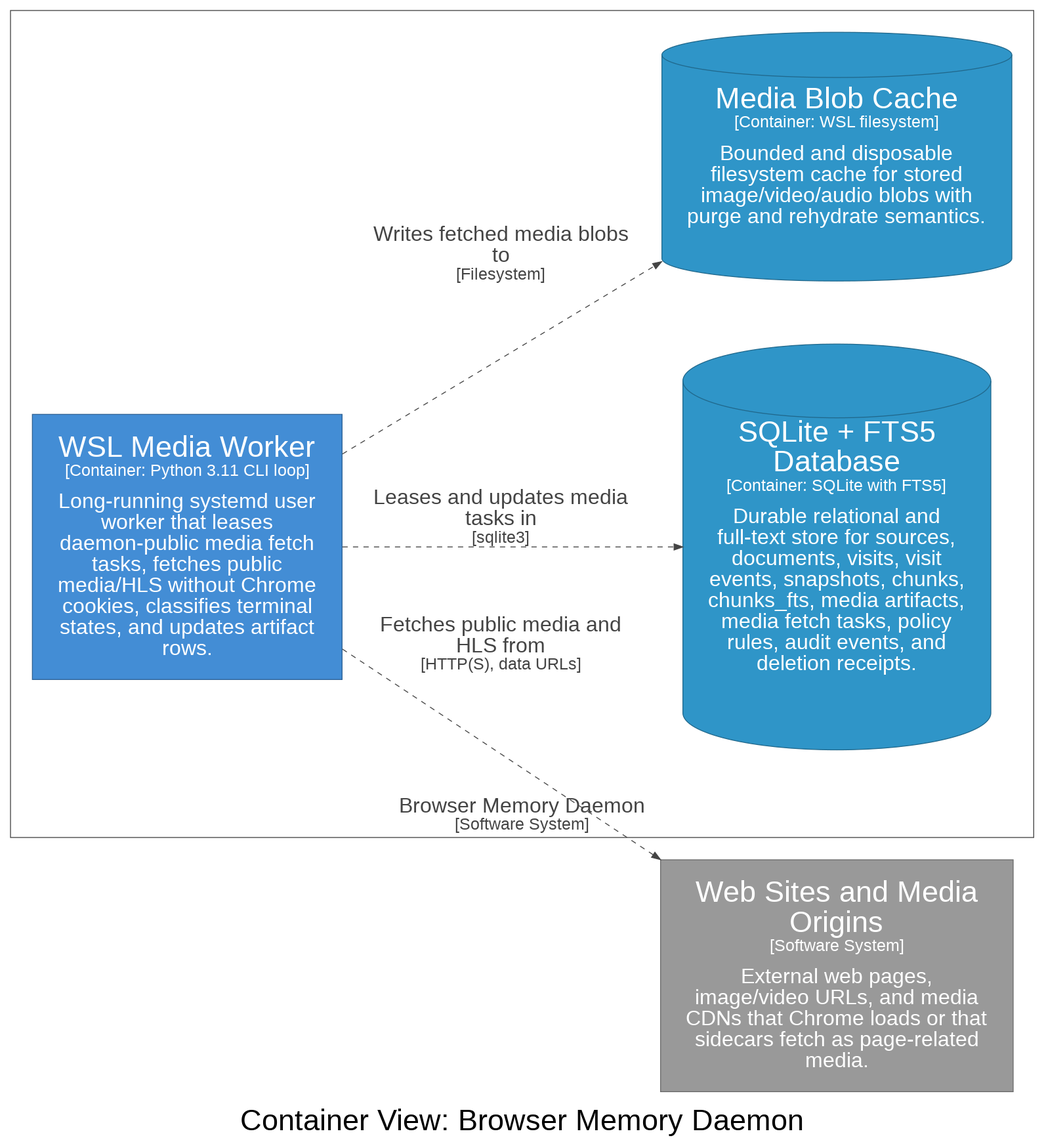
Before: architecture/diagrams/dot-rendered/structurizr-DaemonMediaWorkerContainers.png, a diagram exported from Graphviz (michaelnicks0/browser-memory-daemon). Its source is kept beside it as architecture/diagrams/dot/structurizr-DaemonMediaWorkerContainers.dot.
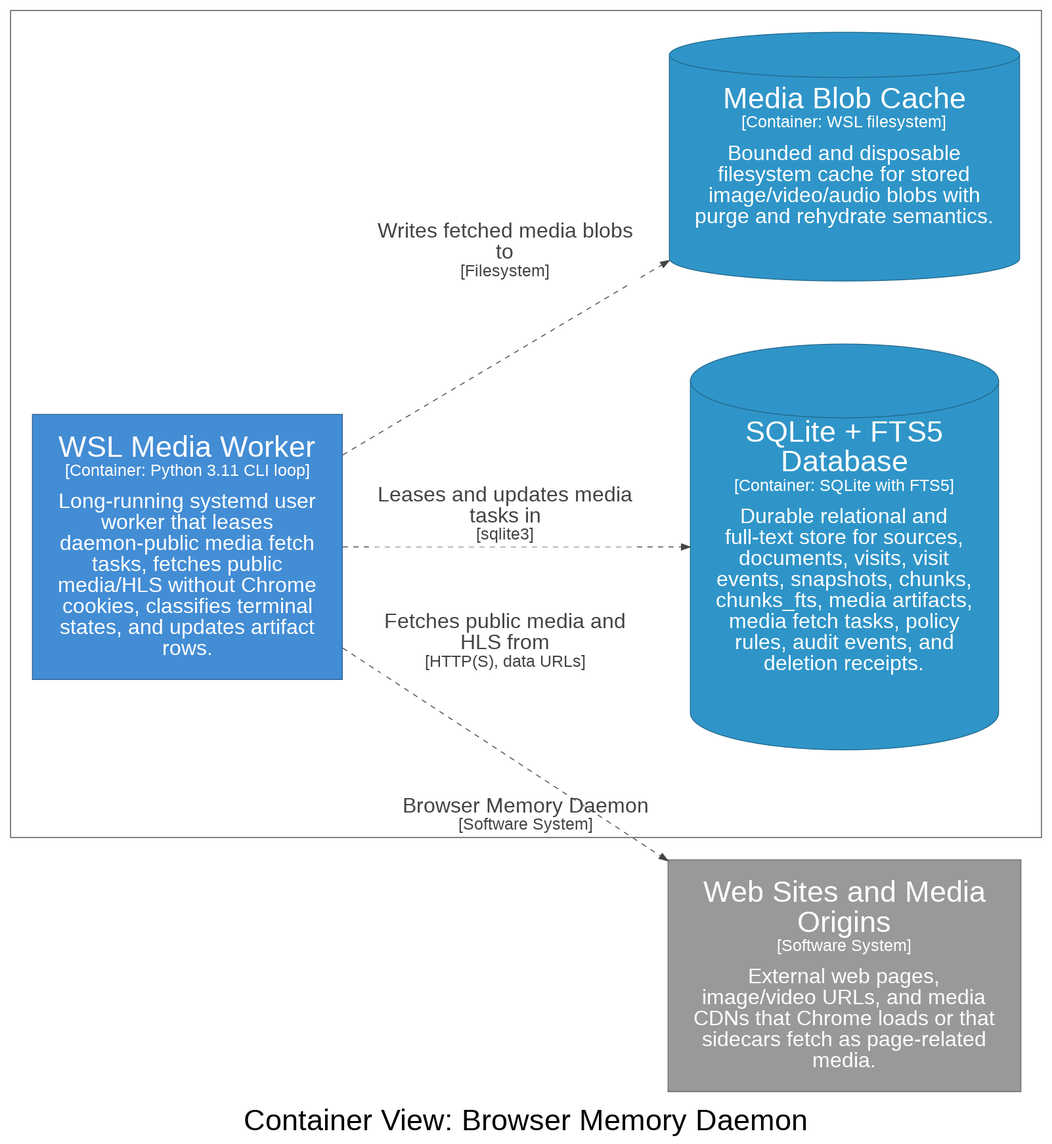
Later version of the same file.

The edit, as a diff of the source:
```diff
@@ -20,8 +20,8 @@
     29 [id=29,shape=cylinder, label=<<font point-size="34">Media Blob Cache</font><br /><font point-size="19">[Container: WSL filesystem]</font><br /><br /><font point-size="24">Bounded and disposable<br />filesystem cache for stored<br />image/video/audio blobs with<br />purge and rehydrate semantics.</font>>, style=filled, color="#20688c", fillcolor="#2f95c8", fontcolor="#ffffff"]
   }
 
-  24 -> 27 [id=46, label=<<font point-size="24">Leases and updates media<br />tasks in</font><br /><font point-size="19">[sqlite3]</font>>, style="dashed", color="#444444", fontcolor="#444444"]
-  24 -> 3 [id=47, label=<<font point-size="24">Fetches public media and<br />HLS from</font><br /><font point-size="19">[HTTP(S), data URLs]</font>>, style="dashed", color="#444444", fontcolor="#444444"]
-  24 -> 29 [id=48, label=<<font point-size="24">Writes fetched media blobs<br />to</font><br /><font point-size="19">[Filesystem]</font>>, style="dashed", color="#444444", fontcolor="#444444"]
+  24 -> 27 [id=46, label=<<TABLE BORDER="0" CELLBORDER="0" CELLSPACING="0" CELLPADDING="4" BGCOLOR="white"><TR><TD><font point-size="24">Leases and updates media<br />tasks in</font><br /><font point-size="19">[sqlite3]</font></TD></TR></TABLE>>, style="dashed", color="#444444", fontcolor="#444444"]
+  24 -> 3 [id=47, label=<<TABLE BORDER="0" CELLBORDER="0" CELLSPACING="0" CELLPADDING="4" BGCOLOR="white"><TR><TD><font point-size="24">Fetches public media and<br />HLS from</font><br /><font point-size="19">[HTTP(S), data URLs]</font></TD></TR></TABLE>>, style="dashed", color="#444444", fontcolor="#444444"]
+  24 -> 29 [id=48, label=<<TABLE BORDER="0" CELLBORDER="0" CELLSPACING="0" CELLPADDING="4" BGCOLOR="white"><TR><TD><font point-size="24">Writes fetched media blobs<br />to</font><br /><font point-size="19">[Filesystem]</font></TD></TR></TABLE>>, style="dashed", color="#444444", fontcolor="#444444"]
 
 }
```
